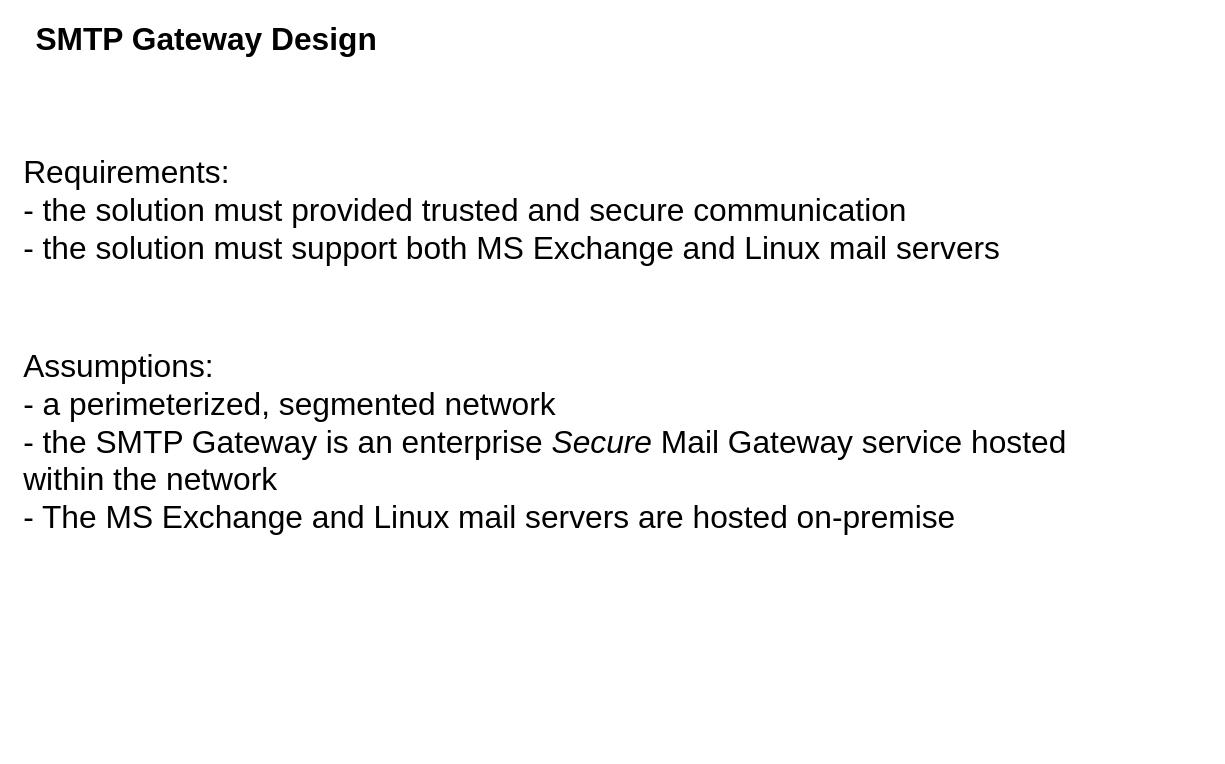
Before: page "Requirements and Assumptions" (1 of 4) of SMTP Gateway.drawio in dachachacha/dotfiles, a draw.io diagram. Source tidied: cells renumbered, new cells numbered last; positions are measured from the earlier drawing's top-left corner, leaving out a move shared by most shapes. Both pictures are drawn from the tidied source at 122%, with x=0, y=0 at pixel (21, 21).
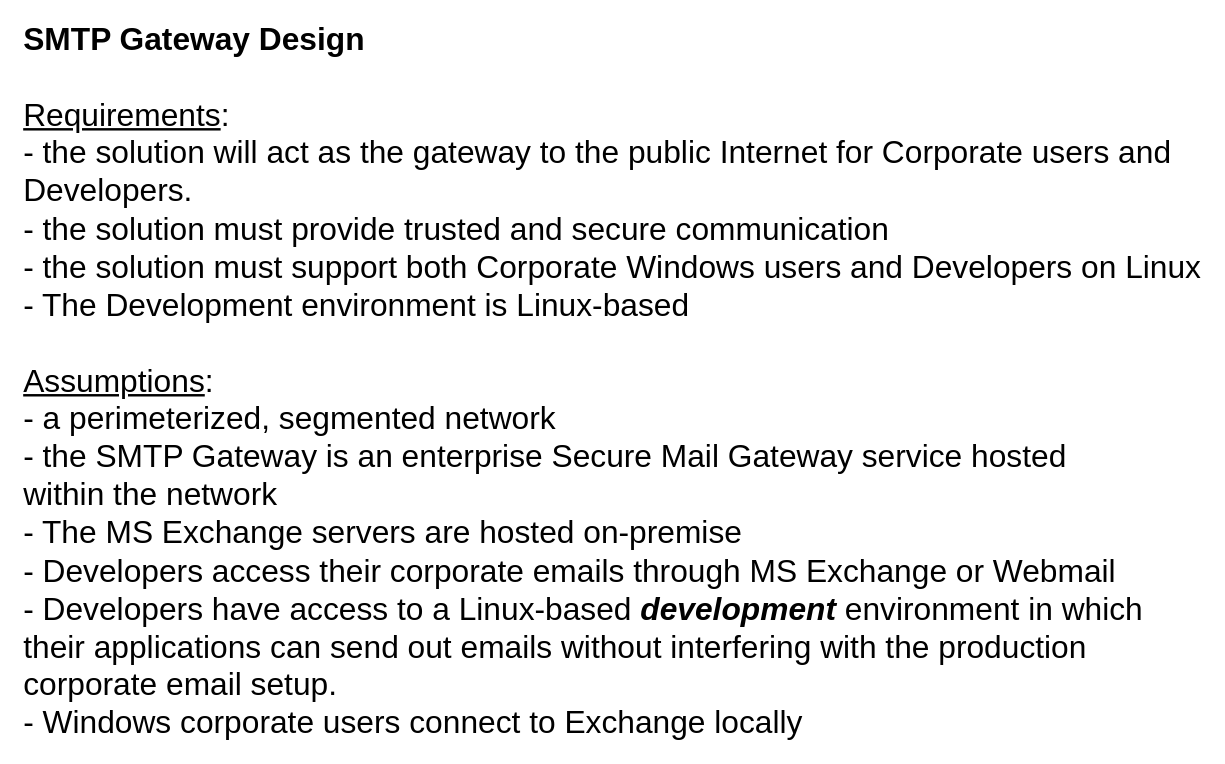
The same page after the edit.

What changed in the source:
```diff
@@
 <mxGraphModel>
   <root>
     <mxCell id="0" />
     <mxCell id="1" parent="0" />
-    <mxCell id="2" value="Assumptions:&amp;nbsp;&lt;br&gt;&lt;div style=&quot;&quot;&gt;&lt;span style=&quot;background-color: initial;&quot;&gt;-&amp;nbsp;&lt;/span&gt;&lt;span style=&quot;background-color: initial;&quot;&gt;a perimeterized, segmented network&lt;/span&gt;&lt;/div&gt;&lt;div style=&quot;&quot;&gt;&lt;span style=&quot;background-color: initial;&quot;&gt;- the SMTP Gateway is an enterprise&amp;nbsp;&lt;i&gt;Secure&lt;/i&gt; Mail Gateway service hosted within the network&lt;/span&gt;&lt;/div&gt;&lt;div style=&quot;&quot;&gt;&lt;span style=&quot;background-color: initial;&quot;&gt;- The MS Exchange and Linux mail servers are hosted on-premise&lt;/span&gt;&lt;/div&gt;" style="text;html=1;strokeColor=none;fillColor=none;align=left;verticalAlign=middle;whiteSpace=wrap;rounded=0;fontSize=26;" parent="1" vertex="1">
-      <mxGeometry y="330" width="920" height="30" as="geometry" />
+    <mxCell id="2" value="&lt;u&gt;Assumptions&lt;/u&gt;:&amp;nbsp;&lt;br&gt;&lt;div style=&quot;&quot;&gt;&lt;span style=&quot;background-color: initial;&quot;&gt;-&amp;nbsp;&lt;/span&gt;&lt;span style=&quot;background-color: initial;&quot;&gt;a perimeterized, segmented network&lt;/span&gt;&lt;/div&gt;&lt;div style=&quot;&quot;&gt;&lt;span style=&quot;background-color: initial;&quot;&gt;- the SMTP Gateway is an enterprise&amp;nbsp;Secure Mail Gateway service hosted within the network&lt;/span&gt;&lt;/div&gt;&lt;div style=&quot;&quot;&gt;&lt;span style=&quot;background-color: initial;&quot;&gt;- The MS Exchange servers are hosted on-premise&lt;/span&gt;&lt;/div&gt;&lt;div style=&quot;&quot;&gt;&lt;span style=&quot;background-color: initial;&quot;&gt;- Developers access their corporate emails through MS Exchange or Webmail&lt;/span&gt;&lt;/div&gt;&lt;div style=&quot;&quot;&gt;&lt;span style=&quot;background-color: initial;&quot;&gt;- Developers have access to a Linux-based&amp;nbsp;&lt;i&gt;&lt;b&gt;development&lt;/b&gt;&lt;/i&gt; environment in which their applications can send out emails without interfering with the production corporate email setup.&amp;nbsp;&lt;/span&gt;&lt;/div&gt;&lt;div style=&quot;&quot;&gt;&lt;span style=&quot;background-color: initial;&quot;&gt;- Windows corporate users connect to Exchange locally&amp;nbsp;&lt;/span&gt;&lt;/div&gt;" style="text;html=1;strokeColor=none;fillColor=none;align=left;verticalAlign=middle;whiteSpace=wrap;rounded=0;fontSize=26;" parent="1" vertex="1">
+      <mxGeometry y="420" width="920" height="30" as="geometry" />
     </mxCell>
-    <mxCell id="3" value="Requirements:&amp;nbsp;&lt;br&gt;&lt;div style=&quot;&quot;&gt;&lt;span style=&quot;background-color: initial;&quot;&gt;- the solution must provided trusted and secure communication&lt;/span&gt;&lt;/div&gt;&lt;div style=&quot;&quot;&gt;&lt;span style=&quot;background-color: initial;&quot;&gt;- the solution must support both MS Exchange and Linux mail servers&lt;/span&gt;&lt;/div&gt;" style="text;html=1;strokeColor=none;fillColor=none;align=left;verticalAlign=middle;whiteSpace=wrap;rounded=0;fontSize=26;" parent="1" vertex="1">
-      <mxGeometry y="140" width="830" height="30" as="geometry" />
+    <mxCell id="3" value="&lt;u&gt;Requirements&lt;/u&gt;:&amp;nbsp;&lt;br&gt;-&amp;nbsp;the solution will act as the gateway to the public Internet for Corporate users and Developers.&lt;br&gt;&lt;div style=&quot;&quot;&gt;&lt;span style=&quot;background-color: initial;&quot;&gt;- the solution must provide trusted and secure communication&lt;/span&gt;&lt;/div&gt;&lt;div style=&quot;&quot;&gt;&lt;span style=&quot;background-color: initial;&quot;&gt;- the solution must support both Corporate Windows users and Developers on Linux&lt;/span&gt;&lt;/div&gt;&lt;div style=&quot;&quot;&gt;&lt;span style=&quot;background-color: initial;&quot;&gt;- The Development environment is Linux-based&lt;/span&gt;&lt;/div&gt;" style="text;html=1;strokeColor=none;fillColor=none;align=left;verticalAlign=middle;whiteSpace=wrap;rounded=0;fontSize=26;" parent="1" vertex="1">
+      <mxGeometry y="140" width="970" height="30" as="geometry" />
     </mxCell>
     <mxCell id="4" value="SMTP Gateway Design" style="text;html=1;strokeColor=none;fillColor=none;align=left;verticalAlign=middle;whiteSpace=wrap;rounded=0;fontSize=26;fontStyle=1;" parent="1" vertex="1">
-      <mxGeometry x="10" width="385" height="30" as="geometry" />
+      <mxGeometry width="385" height="30" as="geometry" />
     </mxCell>
   </root>
 </mxGraphModel>
```
